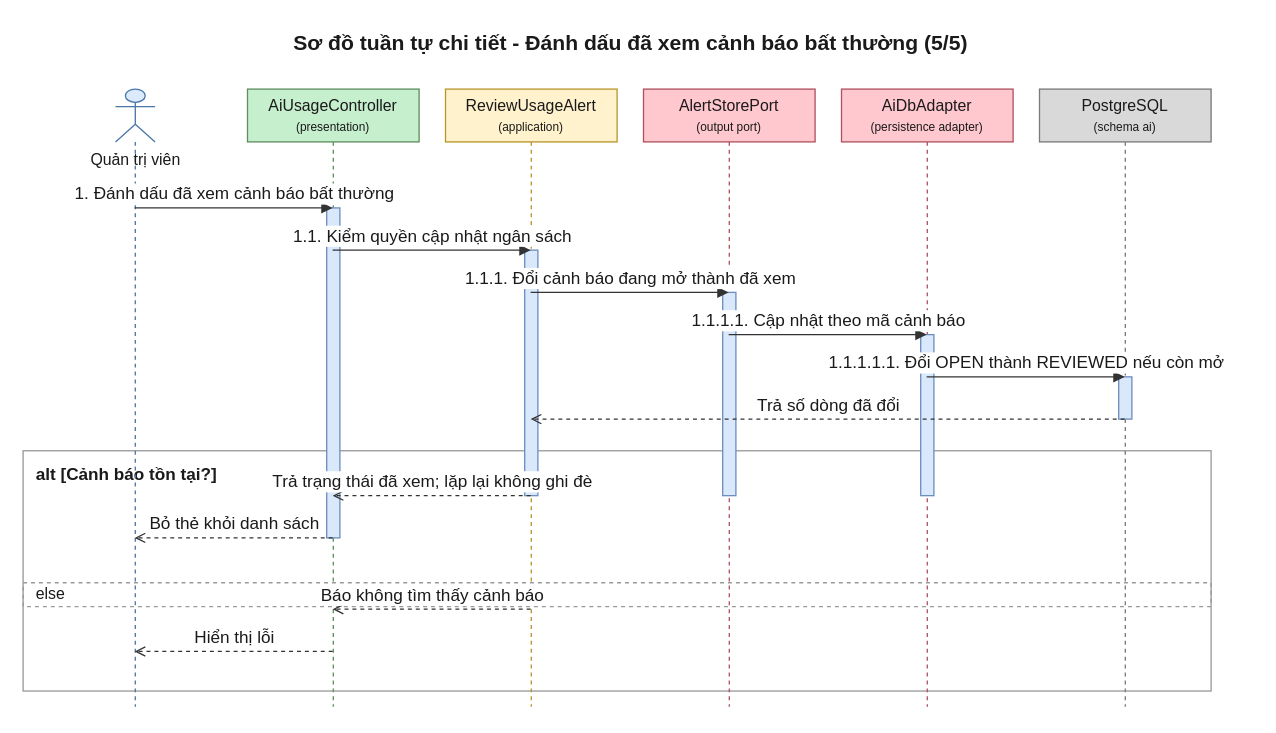
daiphu1801/PRJ_ALGOPREP keeps this draw.io diagram as 08-diagram/sequence/admin/sequence_admin_dat_ngan_sach_token_p3.drawio. Above is the earlier version. Source tidied: cells renumbered, new cells numbered last; positions are measured from the earlier drawing's top-left corner, leaving out a move shared by most shapes. Both pictures are drawn from the tidied source at 132%, with x=0, y=0 at pixel (22, 22).
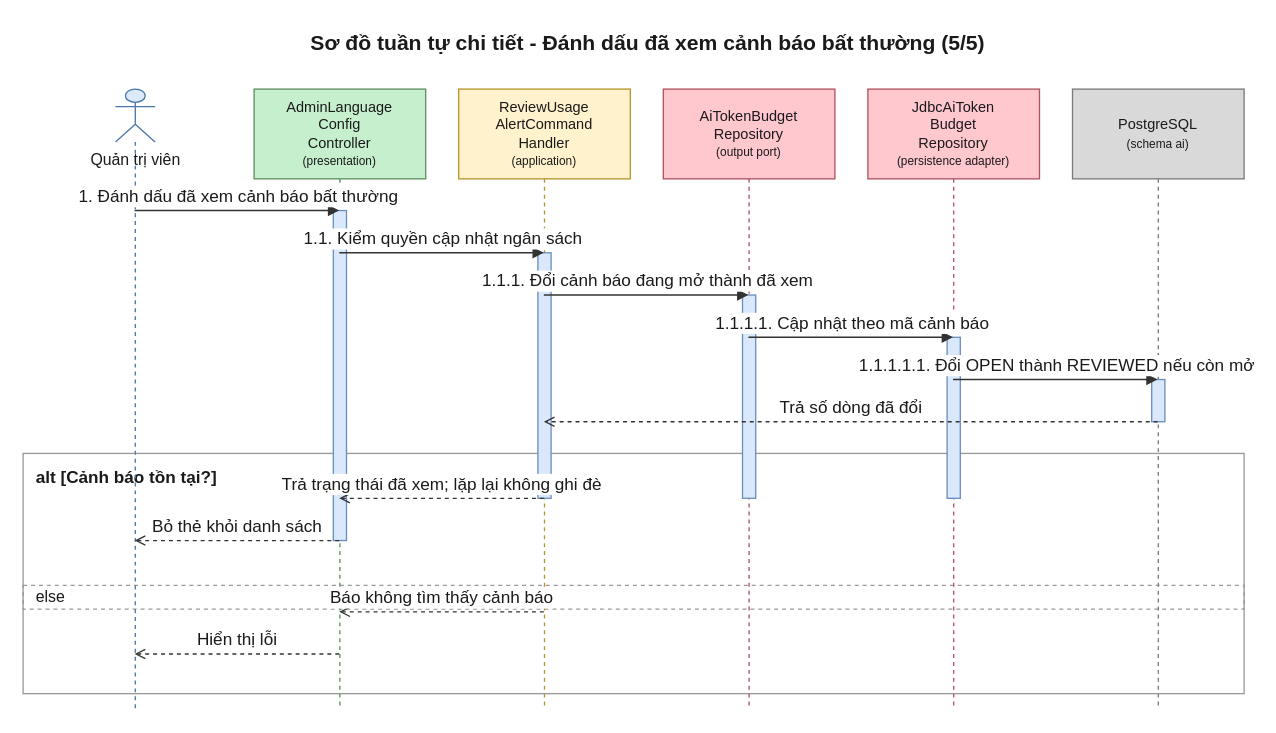
Above is the later version.

Change to the diagram source:
```diff
@@
     <mxCell id="2" value="Sơ đồ tuần tự chi tiết - Đánh dấu đã xem cảnh báo bất thường (5/5)" style="text;html=1;fontSize=16;fontStyle=1;align=center;verticalAlign=middle;fontColor=#1A1A1A;" parent="1" vertex="1">
-      <mxGeometry x="20" width="880" height="30" as="geometry" />
+      <mxGeometry x="20" width="905" height="30" as="geometry" />
     </mxCell>
     <mxCell id="3" value="alt [Cảnh báo tồn tại?]" style="algoprep=alt;rounded=0;whiteSpace=wrap;html=1;fillColor=none;strokeColor=#999999;verticalAlign=top;align=left;spacingLeft=8;spacingTop=4;fontColor=#1A1A1A;fontSize=13;fontStyle=1;dashed=0;" parent="1" vertex="1">
-      <mxGeometry y="324" width="900" height="182" as="geometry" />
+      <mxGeometry y="326" width="925" height="182" as="geometry" />
     </mxCell>
     <mxCell id="4" value="else" style="text;html=1;dashed=1;strokeColor=#999999;fillColor=none;align=left;verticalAlign=middle;spacingLeft=8;fontColor=#1A1A1A;fontSize=12;" parent="1" vertex="1">
-      <mxGeometry y="424" width="900" height="18" as="geometry" />
+      <mxGeometry y="426" width="925" height="18" as="geometry" />
     </mxCell>
     <mxCell id="5" value="Quản trị viên" style="shape=umlLifeline;participant=umlActor;perimeter=lifelinePerimeter;html=1;outlineConnect=0;size=40;verticalAlign=top;spacingTop=40;fillColor=#DCEBFC;strokeColor=#4A76A8;fontColor=#1A1A1A;" parent="1" vertex="1">
-      <mxGeometry x="70" y="50" width="30" height="468" as="geometry" />
+      <mxGeometry x="70" y="50" width="30" height="470" as="geometry" />
     </mxCell>
-    <mxCell id="6" value="AiUsageController&lt;br&gt;&lt;font style=&quot;font-size:9px&quot;&gt;(presentation)&lt;/font&gt;" style="shape=umlLifeline;perimeter=lifelinePerimeter;whiteSpace=wrap;html=1;outlineConnect=0;size=40;fillColor=#C6EFCE;strokeColor=#5E8E5E;fontColor=#1A1A1A;" parent="1" vertex="1">
-      <mxGeometry x="170" y="50" width="130" height="468" as="geometry" />
+    <mxCell id="6" value="AdminLanguage&lt;br&gt;Config&lt;br&gt;Controller&lt;br&gt;&lt;font style=&quot;font-size:9px&quot;&gt;(presentation)&lt;/font&gt;" style="shape=umlLifeline;perimeter=lifelinePerimeter;whiteSpace=wrap;html=1;outlineConnect=0;size=68;fontSize=11;fillColor=#C6EFCE;strokeColor=#5E8E5E;fontColor=#1A1A1A;" parent="1" vertex="1">
+      <mxGeometry x="175" y="50" width="130" height="470" as="geometry" />
     </mxCell>
-    <mxCell id="7" value="ReviewUsageAlert&lt;br&gt;&lt;font style=&quot;font-size:9px&quot;&gt;(application)&lt;/font&gt;" style="shape=umlLifeline;perimeter=lifelinePerimeter;whiteSpace=wrap;html=1;outlineConnect=0;size=40;fillColor=#FFF2CC;strokeColor=#B8952A;fontColor=#1A1A1A;" parent="1" vertex="1">
-      <mxGeometry x="320" y="50" width="130" height="468" as="geometry" />
+    <mxCell id="7" value="ReviewUsage&lt;br&gt;AlertCommand&lt;br&gt;Handler&lt;br&gt;&lt;font style=&quot;font-size:9px&quot;&gt;(application)&lt;/font&gt;" style="shape=umlLifeline;perimeter=lifelinePerimeter;whiteSpace=wrap;html=1;outlineConnect=0;size=68;fontSize=11;fillColor=#FFF2CC;strokeColor=#B8952A;fontColor=#1A1A1A;" parent="1" vertex="1">
+      <mxGeometry x="330" y="50" width="130" height="470" as="geometry" />
     </mxCell>
-    <mxCell id="8" value="AlertStorePort&lt;br&gt;&lt;font style=&quot;font-size:9px&quot;&gt;(output port)&lt;/font&gt;" style="shape=umlLifeline;perimeter=lifelinePerimeter;whiteSpace=wrap;html=1;outlineConnect=0;size=40;fillColor=#FFC7CE;strokeColor=#B0525E;fontColor=#1A1A1A;" parent="1" vertex="1">
-      <mxGeometry x="470" y="50" width="130" height="468" as="geometry" />
+    <mxCell id="8" value="AiTokenBudget&lt;br&gt;Repository&lt;br&gt;&lt;font style=&quot;font-size:9px&quot;&gt;(output port)&lt;/font&gt;" style="shape=umlLifeline;perimeter=lifelinePerimeter;whiteSpace=wrap;html=1;outlineConnect=0;size=68;fontSize=11;fillColor=#FFC7CE;strokeColor=#B0525E;fontColor=#1A1A1A;" parent="1" vertex="1">
+      <mxGeometry x="485" y="50" width="130" height="470" as="geometry" />
     </mxCell>
-    <mxCell id="9" value="AiDbAdapter&lt;br&gt;&lt;font style=&quot;font-size:9px&quot;&gt;(persistence adapter)&lt;/font&gt;" style="shape=umlLifeline;perimeter=lifelinePerimeter;whiteSpace=wrap;html=1;outlineConnect=0;size=40;fillColor=#FFC7CE;strokeColor=#B0525E;fontColor=#1A1A1A;" parent="1" vertex="1">
-      <mxGeometry x="620" y="50" width="130" height="468" as="geometry" />
+    <mxCell id="9" value="JdbcAiToken&lt;br&gt;Budget&lt;br&gt;Repository&lt;br&gt;&lt;font style=&quot;font-size:9px&quot;&gt;(persistence adapter)&lt;/font&gt;" style="shape=umlLifeline;perimeter=lifelinePerimeter;whiteSpace=wrap;html=1;outlineConnect=0;size=68;fontSize=11;fillColor=#FFC7CE;strokeColor=#B0525E;fontColor=#1A1A1A;" parent="1" vertex="1">
+      <mxGeometry x="640" y="50" width="130" height="470" as="geometry" />
     </mxCell>
-    <mxCell id="10" value="PostgreSQL&lt;br&gt;&lt;font style=&quot;font-size:9px&quot;&gt;(schema ai)&lt;/font&gt;" style="shape=umlLifeline;perimeter=lifelinePerimeter;whiteSpace=wrap;html=1;outlineConnect=0;size=40;fillColor=#D9D9D9;strokeColor=#7A7A7A;fontColor=#1A1A1A;" parent="1" vertex="1">
-      <mxGeometry x="770" y="50" width="130" height="468" as="geometry" />
+    <mxCell id="10" value="PostgreSQL&lt;br&gt;&lt;font style=&quot;font-size:9px&quot;&gt;(schema ai)&lt;/font&gt;" style="shape=umlLifeline;perimeter=lifelinePerimeter;whiteSpace=wrap;html=1;outlineConnect=0;size=68;fontSize=11;fillColor=#D9D9D9;strokeColor=#7A7A7A;fontColor=#1A1A1A;" parent="1" vertex="1">
+      <mxGeometry x="795" y="50" width="130" height="470" as="geometry" />
     </mxCell>
     <mxCell id="11" style="html=1;perimeter=orthogonalPerimeter;targetShapes=umlLifeline;fillColor=#DAE8FC;strokeColor=#6C8EBF;" parent="10" vertex="1">
-      <mxGeometry x="60" y="218" width="10" height="32" as="geometry" />
+      <mxGeometry x="60" y="220" width="10" height="32" as="geometry" />
     </mxCell>
     <mxCell id="12" style="html=1;perimeter=orthogonalPerimeter;targetShapes=umlLifeline;fillColor=#DAE8FC;strokeColor=#6C8EBF;" parent="9" vertex="1">
-      <mxGeometry x="60" y="186" width="10" height="122" as="geometry" />
+      <mxGeometry x="60" y="188" width="10" height="122" as="geometry" />
     </mxCell>
     <mxCell id="13" style="html=1;perimeter=orthogonalPerimeter;targetShapes=umlLifeline;fillColor=#DAE8FC;strokeColor=#6C8EBF;" parent="8" vertex="1">
-      <mxGeometry x="60" y="154" width="10" height="154" as="geometry" />
+      <mxGeometry x="60" y="156" width="10" height="154" as="geometry" />
     </mxCell>
     <mxCell id="14" style="html=1;perimeter=orthogonalPerimeter;targetShapes=umlLifeline;fillColor=#DAE8FC;strokeColor=#6C8EBF;" parent="7" vertex="1">
-      <mxGeometry x="60" y="122" width="10" height="186" as="geometry" />
+      <mxGeometry x="60" y="124" width="10" height="186" as="geometry" />
     </mxCell>
     <mxCell id="15" style="html=1;perimeter=orthogonalPerimeter;targetShapes=umlLifeline;fillColor=#DAE8FC;strokeColor=#6C8EBF;" parent="6" vertex="1">
-      <mxGeometry x="60" y="90" width="10" height="250" as="geometry" />
+      <mxGeometry x="60" y="92" width="10" height="250" as="geometry" />
     </mxCell>
-    <mxCell id="16" value="1. Đánh dấu đã xem cảnh báo bất thường" style="edgeStyle=none;html=1;endArrow=block;endFill=1;strokeColor=#333333;fontColor=#1A1A1A;fontSize=13;verticalAlign=bottom;exitX=0.5;exitY=0.1923;exitDx=0;exitDy=0;entryX=0.5;entryY=0.1923;entryDx=0;entryDy=0;" parent="1" edge="1" source="5" target="6">
+    <mxCell id="16" value="1. Đánh dấu đã xem cảnh báo bất thường" style="edgeStyle=none;html=1;endArrow=block;endFill=1;strokeColor=#333333;fontColor=#1A1A1A;fontSize=13;verticalAlign=bottom;exitX=0.5;exitY=0.1957;exitDx=0;exitDy=0;entryX=0.5;entryY=0.1957;entryDx=0;entryDy=0;" parent="1" edge="1" source="5" target="6">
       <mxGeometry relative="1" as="geometry" />
     </mxCell>
-    <mxCell id="17" value="1.1. Kiểm quyền cập nhật ngân sách" style="edgeStyle=none;html=1;endArrow=block;endFill=1;strokeColor=#333333;fontColor=#1A1A1A;fontSize=13;verticalAlign=bottom;exitX=0.5;exitY=0.2607;exitDx=0;exitDy=0;entryX=0.5;entryY=0.2607;entryDx=0;entryDy=0;" parent="1" edge="1" source="6" target="7">
+    <mxCell id="17" value="1.1. Kiểm quyền cập nhật ngân sách" style="edgeStyle=none;html=1;endArrow=block;endFill=1;strokeColor=#333333;fontColor=#1A1A1A;fontSize=13;verticalAlign=bottom;exitX=0.5;exitY=0.2638;exitDx=0;exitDy=0;entryX=0.5;entryY=0.2638;entryDx=0;entryDy=0;" parent="1" edge="1" source="6" target="7">
       <mxGeometry relative="1" as="geometry" />
     </mxCell>
-    <mxCell id="18" value="1.1.1. Đổi cảnh báo đang mở thành đã xem" style="edgeStyle=none;html=1;endArrow=block;endFill=1;strokeColor=#333333;fontColor=#1A1A1A;fontSize=13;verticalAlign=bottom;exitX=0.5;exitY=0.3291;exitDx=0;exitDy=0;entryX=0.5;entryY=0.3291;entryDx=0;entryDy=0;" parent="1" edge="1" source="7" target="8">
+    <mxCell id="18" value="1.1.1. Đổi cảnh báo đang mở thành đã xem" style="edgeStyle=none;html=1;endArrow=block;endFill=1;strokeColor=#333333;fontColor=#1A1A1A;fontSize=13;verticalAlign=bottom;exitX=0.5;exitY=0.3319;exitDx=0;exitDy=0;entryX=0.5;entryY=0.3319;entryDx=0;entryDy=0;" parent="1" edge="1" source="7" target="8">
       <mxGeometry relative="1" as="geometry" />
     </mxCell>
-    <mxCell id="19" value="1.1.1.1. Cập nhật theo mã cảnh báo" style="edgeStyle=none;html=1;endArrow=block;endFill=1;strokeColor=#333333;fontColor=#1A1A1A;fontSize=13;verticalAlign=bottom;exitX=0.5;exitY=0.3974;exitDx=0;exitDy=0;entryX=0.5;entryY=0.3974;entryDx=0;entryDy=0;" parent="1" edge="1" source="8" target="9">
+    <mxCell id="19" value="1.1.1.1. Cập nhật theo mã cảnh báo" style="edgeStyle=none;html=1;endArrow=block;endFill=1;strokeColor=#333333;fontColor=#1A1A1A;fontSize=13;verticalAlign=bottom;exitX=0.5;exitY=0.4000;exitDx=0;exitDy=0;entryX=0.5;entryY=0.4000;entryDx=0;entryDy=0;" parent="1" edge="1" source="8" target="9">
       <mxGeometry relative="1" as="geometry" />
     </mxCell>
-    <mxCell id="20" value="1.1.1.1.1. Đổi OPEN thành REVIEWED nếu còn mở" style="edgeStyle=none;html=1;endArrow=block;endFill=1;strokeColor=#333333;fontColor=#1A1A1A;fontSize=13;verticalAlign=bottom;exitX=0.5;exitY=0.4658;exitDx=0;exitDy=0;entryX=0.5;entryY=0.4658;entryDx=0;entryDy=0;" parent="1" edge="1" source="9" target="10">
+    <mxCell id="20" value="1.1.1.1.1. Đổi OPEN thành REVIEWED nếu còn mở" style="edgeStyle=none;html=1;endArrow=block;endFill=1;strokeColor=#333333;fontColor=#1A1A1A;fontSize=13;verticalAlign=bottom;exitX=0.5;exitY=0.4681;exitDx=0;exitDy=0;entryX=0.5;entryY=0.4681;entryDx=0;entryDy=0;" parent="1" edge="1" source="9" target="10">
       <mxGeometry relative="1" as="geometry" />
     </mxCell>
-    <mxCell id="21" value="Trả số dòng đã đổi" style="edgeStyle=none;html=1;endArrow=open;endFill=0;dashed=1;strokeColor=#333333;fontColor=#1A1A1A;fontSize=13;verticalAlign=bottom;exitX=0.5;exitY=0.5342;exitDx=0;exitDy=0;entryX=0.5;entryY=0.5342;entryDx=0;entryDy=0;" parent="1" edge="1" source="10" target="7">
+    <mxCell id="21" value="Trả số dòng đã đổi" style="edgeStyle=none;html=1;endArrow=open;endFill=0;dashed=1;strokeColor=#333333;fontColor=#1A1A1A;fontSize=13;verticalAlign=bottom;exitX=0.5;exitY=0.5362;exitDx=0;exitDy=0;entryX=0.5;entryY=0.5362;entryDx=0;entryDy=0;" parent="1" edge="1" source="10" target="7">
       <mxGeometry relative="1" as="geometry" />
     </mxCell>
-    <mxCell id="22" value="Trả trạng thái đã xem; lặp lại không ghi đè" style="edgeStyle=none;html=1;endArrow=open;endFill=0;dashed=1;strokeColor=#333333;fontColor=#1A1A1A;fontSize=13;verticalAlign=bottom;exitX=0.5;exitY=0.6581;exitDx=0;exitDy=0;entryX=0.5;entryY=0.6581;entryDx=0;entryDy=0;" parent="1" edge="1" source="7" target="6">
+    <mxCell id="22" value="Trả trạng thái đã xem; lặp lại không ghi đè" style="edgeStyle=none;html=1;endArrow=open;endFill=0;dashed=1;strokeColor=#333333;fontColor=#1A1A1A;fontSize=13;verticalAlign=bottom;exitX=0.5;exitY=0.6596;exitDx=0;exitDy=0;entryX=0.5;entryY=0.6596;entryDx=0;entryDy=0;" parent="1" edge="1" source="7" target="6">
       <mxGeometry relative="1" as="geometry" />
     </mxCell>
-    <mxCell id="23" value="Bỏ thẻ khỏi danh sách" style="edgeStyle=none;html=1;endArrow=open;endFill=0;dashed=1;strokeColor=#333333;fontColor=#1A1A1A;fontSize=13;verticalAlign=bottom;exitX=0.5;exitY=0.7265;exitDx=0;exitDy=0;entryX=0.5;entryY=0.7265;entryDx=0;entryDy=0;" parent="1" edge="1" source="6" target="5">
+    <mxCell id="23" value="Bỏ thẻ khỏi danh sách" style="edgeStyle=none;html=1;endArrow=open;endFill=0;dashed=1;strokeColor=#333333;fontColor=#1A1A1A;fontSize=13;verticalAlign=bottom;exitX=0.5;exitY=0.7277;exitDx=0;exitDy=0;entryX=0.5;entryY=0.7277;entryDx=0;entryDy=0;" parent="1" edge="1" source="6" target="5">
       <mxGeometry relative="1" as="geometry" />
     </mxCell>
-    <mxCell id="24" value="Báo không tìm thấy cảnh báo" style="edgeStyle=none;html=1;endArrow=open;endFill=0;dashed=1;strokeColor=#333333;fontColor=#1A1A1A;fontSize=13;verticalAlign=bottom;exitX=0.5;exitY=0.8419;exitDx=0;exitDy=0;entryX=0.5;entryY=0.8419;entryDx=0;entryDy=0;" parent="1" edge="1" source="7" target="6">
+    <mxCell id="24" value="Báo không tìm thấy cảnh báo" style="edgeStyle=none;html=1;endArrow=open;endFill=0;dashed=1;strokeColor=#333333;fontColor=#1A1A1A;fontSize=13;verticalAlign=bottom;exitX=0.5;exitY=0.8426;exitDx=0;exitDy=0;entryX=0.5;entryY=0.8426;entryDx=0;entryDy=0;" parent="1" edge="1" source="7" target="6">
       <mxGeometry relative="1" as="geometry" />
     </mxCell>
-    <mxCell id="25" value="Hiển thị lỗi" style="edgeStyle=none;html=1;endArrow=open;endFill=0;dashed=1;strokeColor=#333333;fontColor=#1A1A1A;fontSize=13;verticalAlign=bottom;exitX=0.5;exitY=0.9103;exitDx=0;exitDy=0;entryX=0.5;entryY=0.9103;entryDx=0;entryDy=0;" parent="1" edge="1" source="6" target="5">
+    <mxCell id="25" value="Hiển thị lỗi" style="edgeStyle=none;html=1;endArrow=open;endFill=0;dashed=1;strokeColor=#333333;fontColor=#1A1A1A;fontSize=13;verticalAlign=bottom;exitX=0.5;exitY=0.9106;exitDx=0;exitDy=0;entryX=0.5;entryY=0.9106;entryDx=0;entryDy=0;" parent="1" edge="1" source="6" target="5">
       <mxGeometry relative="1" as="geometry" />
     </mxCell>
```
